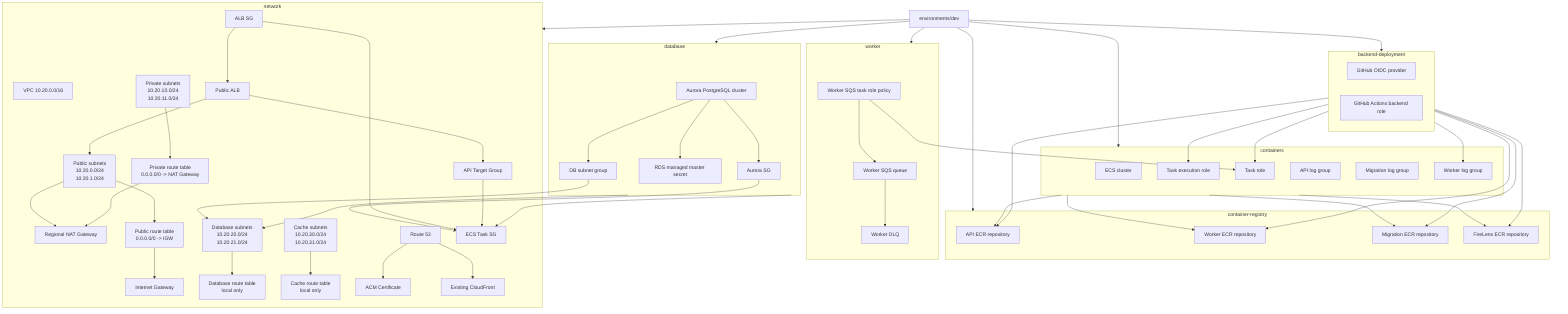
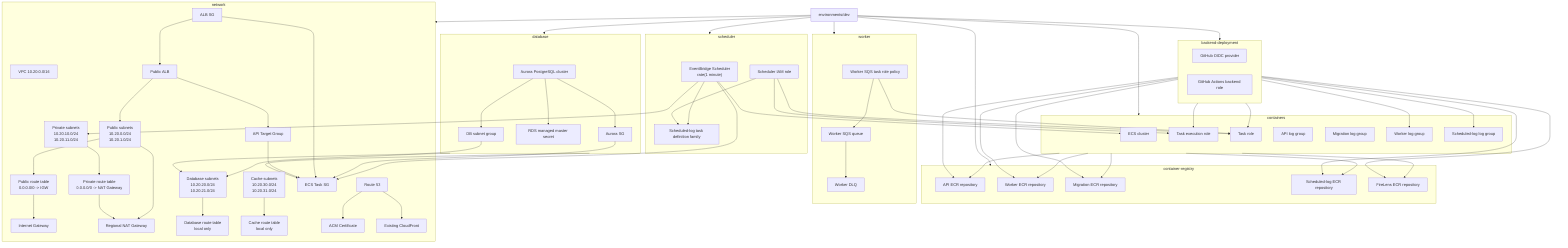
flowchart TB
  root["environments/dev"]

  subgraph registry["container-registry"]
    api_repo["API ECR repository"]
    worker_repo["Worker ECR repository"]
    migration_repo["Migration ECR repository"]
+     scheduled_log_repo["Scheduled-log ECR repository"]
    firelens_repo["FireLens ECR repository"]
  end

  subgraph containers["containers"]
    cluster["ECS cluster"]
    task_execution_role["Task execution role"]
    task_role["Task role"]
    api_logs["API log group"]
    migration_logs["Migration log group"]
    worker_logs["Worker log group"]
+     scheduled_log_logs["Scheduled-log log group"]
+   end
+ 
+   subgraph scheduler["scheduler"]
+     scheduler_schedule["EventBridge Scheduler\nrate(1 minute)"]
+     scheduler_role["Scheduler IAM role"]
+     scheduled_task_family["Scheduled-log task definition family"]
  end

  subgraph worker["worker"]
    worker_queue["Worker SQS queue"]
    worker_dlq["Worker DLQ"]
    worker_sqs_policy["Worker SQS task role policy"]
  end

  subgraph database_module["database"]
    aurora["Aurora PostgreSQL cluster"]
    db_subnet_group["DB subnet group"]
    db_sg["Aurora SG"]
    db_secret["RDS managed master secret"]
  end

  subgraph network["network"]
    vpc["VPC 10.20.0.0/16"]
    igw["Internet Gateway"]
    nat["Regional NAT Gateway"]

    public["Public subnets\n10.20.0.0/24\n10.20.1.0/24"]
    private["Private subnets\n10.20.10.0/24\n10.20.11.0/24"]
    database_subnets["Database subnets\n10.20.20.0/24\n10.20.21.0/24"]
    cache["Cache subnets\n10.20.30.0/24\n10.20.31.0/24"]

    public_rt["Public route table\n0.0.0.0/0 -> IGW"]
    private_rt["Private route table\n0.0.0.0/0 -> NAT Gateway"]
    database_rt["Database route table\nlocal only"]
    cache_rt["Cache route table\nlocal only"]

    public_alb["Public ALB"]
    api_tg["API Target Group"]
    route53["Route 53"]
    acm["ACM Certificate"]
    cloudfront["Existing CloudFront"]
    alb_sg["ALB SG"]
    ecs_task_sg["ECS Task SG"]
  end

  subgraph backend_deployment["backend-deployment"]
    github_oidc["GitHub OIDC provider"]
    github_role["GitHub Actions backend role"]
  end

  root --> registry
  root --> containers
+   root --> scheduler
  root --> worker
  root --> database_module
  root --> network
  root --> backend_deployment

  containers --> api_repo
  containers --> worker_repo
  containers --> migration_repo
+   containers --> scheduled_log_repo
  containers --> firelens_repo
  backend_deployment --> api_repo
  backend_deployment --> worker_repo
  backend_deployment --> migration_repo
+   backend_deployment --> scheduled_log_repo
  backend_deployment --> firelens_repo
  backend_deployment --> worker_logs
+   backend_deployment --> scheduled_log_logs
  backend_deployment --> task_execution_role
  backend_deployment --> task_role
+ 
+   scheduler_schedule --> cluster
+   scheduler_schedule --> private
+   scheduler_schedule --> ecs_task_sg
+   scheduler_schedule --> scheduled_task_family
+   scheduler_role --> task_execution_role
+   scheduler_role --> task_role
+   scheduler_role --> scheduled_task_family

  worker_queue --> worker_dlq
  worker_sqs_policy --> worker_queue
  worker_sqs_policy --> task_role

  database_module --> database_subnets
  database_module --> ecs_task_sg
  db_subnet_group --> database_subnets
  db_sg --> ecs_task_sg
  aurora --> db_subnet_group
  aurora --> db_sg
  aurora --> db_secret

  route53 --> cloudfront
  route53 --> acm
  alb_sg --> public_alb
  alb_sg --> ecs_task_sg
  public_alb --> public
  public_alb --> api_tg
  api_tg --> ecs_task_sg
  public --> public_rt
  public --> nat
  public_rt --> igw
  private --> private_rt
  private_rt --> nat
  database_subnets --> database_rt
  cache --> cache_rt
